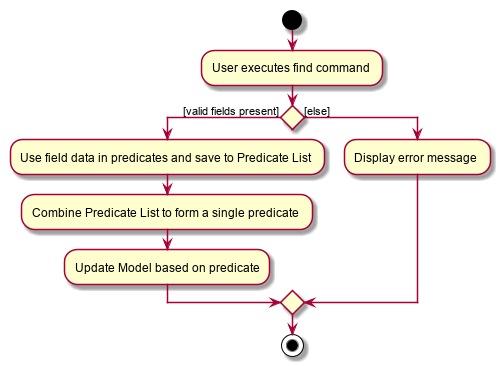
Above: docs/images/FindActivityDiagram.png in nus-cs2103-AY1920S1/addressbook-level3 (PlantUML), before the change. Source of this version:
```plantuml
@startuml
start
:User executes find command;


if () then ([valid fields present])
    :Use field data in predicates and save to Predicate List;
    :Combine Predicate List to form a single predicate;
    :Update Model based on predicate;
else ([else])
    :Display error message;
endif
stop
@enduml
```
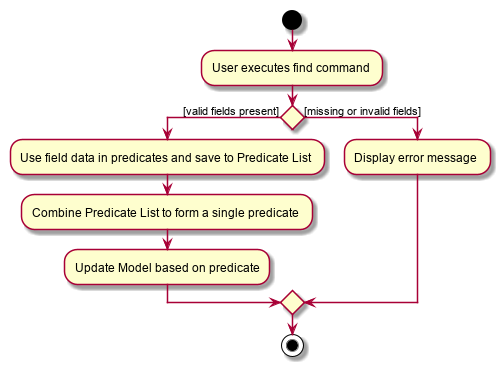
After the commit.

Commit message:
Replace else to a more obvious case

What changed in the source:
```diff
@@ -7,7 +7,7 @@
     :Use field data in predicates and save to Predicate List;
     :Combine Predicate List to form a single predicate;
     :Update Model based on predicate;
-else ([else])
+else ([missing or invalid fields])
     :Display error message;
 endif
 stop
```
